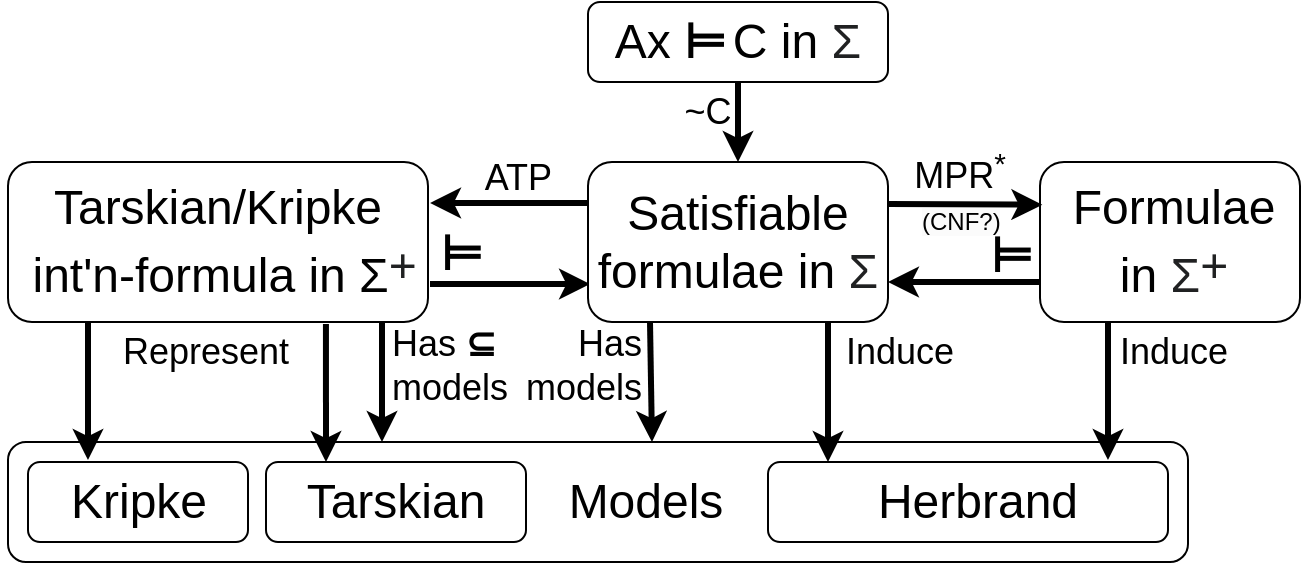
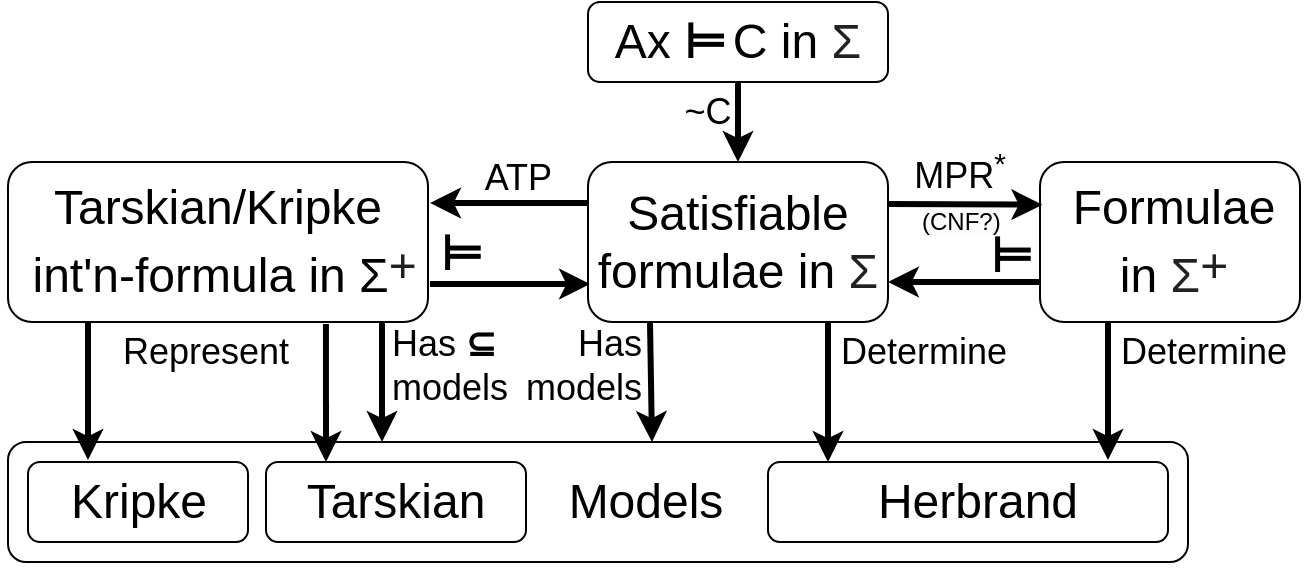
- <mxfile host="Electron" agent="Mozilla/5.0 (Macintosh; Intel Mac OS X 10_15_7) AppleWebKit/537.36 (KHTML, like Gecko) draw.io/24.7.5 Chrome/126.0.6478.183 Electron/31.3.0 Safari/537.36" version="24.7.5">
+ <mxfile host="Electron" agent="Mozilla/5.0 (Macintosh; Intel Mac OS X 10_15_7) AppleWebKit/537.36 (KHTML, like Gecko) draw.io/24.7.5 Chrome/126.0.6478.183 Electron/31.3.0 Safari/537.36">
  <diagram name="Page-1" id="fI80HuzD31ggSRjICT8T">
-     <mxGraphModel dx="1114" dy="854" grid="1" gridSize="10" guides="1" tooltips="1" connect="0" arrows="0" fold="1" page="1" pageScale="1" pageWidth="1100" pageHeight="850" math="0" shadow="0">
+     <mxGraphModel dx="1085" dy="855" grid="1" gridSize="10" guides="1" tooltips="1" connect="0" arrows="0" fold="1" page="1" pageScale="1" pageWidth="1100" pageHeight="850" math="0" shadow="0">
      <root>
        <mxCell id="0" />
        <mxCell id="1" parent="0" />
-         <mxCell id="CB7PObpffi6PR3y4coE4-9" value="" style="endArrow=classic;html=1;rounded=0;strokeWidth=3;exitX=0.5;exitY=1;exitDx=0;exitDy=0;entryX=0.5;entryY=0;entryDx=0;entryDy=0;" parent="1" source="CB7PObpffi6PR3y4coE4-6" target="CB7PObpffi6PR3y4coE4-1" edge="1">
-           <mxGeometry width="50" height="50" relative="1" as="geometry">
+         <mxCell id="CB7PObpffi6PR3y4coE4-9" edge="1" parent="1" source="CB7PObpffi6PR3y4coE4-6" style="endArrow=classic;html=1;rounded=0;strokeWidth=3;exitX=0.5;exitY=1;exitDx=0;exitDy=0;entryX=0.5;entryY=0;entryDx=0;entryDy=0;" target="CB7PObpffi6PR3y4coE4-1" value="">
+           <mxGeometry height="50" relative="1" width="50" as="geometry">
            <mxPoint x="560" y="460" as="sourcePoint" />
            <mxPoint x="560" y="260" as="targetPoint" />
          </mxGeometry>
        </mxCell>
-         <mxCell id="CB7PObpffi6PR3y4coE4-10" value="&lt;font style=&quot;font-size: 18px;&quot;&gt;~C&lt;/font&gt;" style="text;strokeColor=none;align=center;fillColor=none;html=1;verticalAlign=middle;whiteSpace=wrap;rounded=0;" parent="1" vertex="1">
-           <mxGeometry x="500" y="200" width="60" height="30" as="geometry" />
+         <mxCell id="CB7PObpffi6PR3y4coE4-10" parent="1" style="text;strokeColor=none;align=center;fillColor=none;html=1;verticalAlign=middle;whiteSpace=wrap;rounded=0;" value="&lt;font style=&quot;font-size: 18px;&quot;&gt;~C&lt;/font&gt;" vertex="1">
+           <mxGeometry height="30" width="60" x="500" y="200" as="geometry" />
        </mxCell>
-         <mxCell id="CB7PObpffi6PR3y4coE4-18" value="" style="rounded=1;whiteSpace=wrap;html=1;" parent="1" vertex="1">
-           <mxGeometry x="180" y="380" width="590" height="60" as="geometry" />
+         <mxCell id="CB7PObpffi6PR3y4coE4-18" parent="1" style="rounded=1;whiteSpace=wrap;html=1;" value="" vertex="1">
+           <mxGeometry height="60" width="590" x="180" y="380" as="geometry" />
        </mxCell>
-         <mxCell id="CB7PObpffi6PR3y4coE4-20" value="" style="rounded=1;whiteSpace=wrap;html=1;" parent="1" vertex="1">
-           <mxGeometry x="560" y="390" width="200" height="40" as="geometry" />
+         <mxCell id="CB7PObpffi6PR3y4coE4-20" parent="1" style="rounded=1;whiteSpace=wrap;html=1;" value="" vertex="1">
+           <mxGeometry height="40" width="200" x="560" y="390" as="geometry" />
        </mxCell>
-         <mxCell id="CB7PObpffi6PR3y4coE4-29" value="&lt;font style=&quot;font-size: 18px;&quot;&gt;ATP&lt;/font&gt;" style="text;strokeColor=none;align=right;fillColor=none;html=1;verticalAlign=middle;whiteSpace=wrap;rounded=0;" parent="1" vertex="1">
-           <mxGeometry x="394" y="233" width="60" height="30" as="geometry" />
+         <mxCell id="CB7PObpffi6PR3y4coE4-29" parent="1" style="text;strokeColor=none;align=right;fillColor=none;html=1;verticalAlign=middle;whiteSpace=wrap;rounded=0;" value="&lt;font style=&quot;font-size: 18px;&quot;&gt;ATP&lt;/font&gt;" vertex="1">
+           <mxGeometry height="30" width="60" x="394" y="233" as="geometry" />
        </mxCell>
-         <mxCell id="CB7PObpffi6PR3y4coE4-31" value="" style="endArrow=classic;html=1;rounded=0;strokeWidth=3;entryX=0.167;entryY=-0.083;entryDx=0;entryDy=0;entryPerimeter=0;exitX=0.833;exitY=-0.083;exitDx=0;exitDy=0;exitPerimeter=0;" parent="1" edge="1">
-           <mxGeometry width="50" height="50" relative="1" as="geometry">
+         <mxCell id="CB7PObpffi6PR3y4coE4-31" edge="1" parent="1" style="endArrow=classic;html=1;rounded=0;strokeWidth=3;entryX=0.167;entryY=-0.083;entryDx=0;entryDy=0;entryPerimeter=0;exitX=0.833;exitY=-0.083;exitDx=0;exitDy=0;exitPerimeter=0;" value="">
+           <mxGeometry height="50" relative="1" width="50" as="geometry">
            <mxPoint x="470.96000000000004" y="260.5100000000001" as="sourcePoint" />
            <mxPoint x="391.03999999999996" y="260.5100000000001" as="targetPoint" />
          </mxGeometry>
        </mxCell>
-         <mxCell id="CB7PObpffi6PR3y4coE4-32" value="" style="endArrow=classic;html=1;rounded=0;strokeWidth=3;exitX=0.757;exitY=1.013;exitDx=0;exitDy=0;exitPerimeter=0;" parent="1" source="CB7PObpffi6PR3y4coE4-25" edge="1">
-           <mxGeometry width="50" height="50" relative="1" as="geometry">
+         <mxCell id="CB7PObpffi6PR3y4coE4-32" edge="1" parent="1" source="CB7PObpffi6PR3y4coE4-25" style="endArrow=classic;html=1;rounded=0;strokeWidth=3;exitX=0.757;exitY=1.013;exitDx=0;exitDy=0;exitPerimeter=0;" value="">
+           <mxGeometry height="50" relative="1" width="50" as="geometry">
            <mxPoint x="340" y="170" as="sourcePoint" />
            <mxPoint x="339" y="390" as="targetPoint" />
          </mxGeometry>
        </mxCell>
-         <mxCell id="CB7PObpffi6PR3y4coE4-33" value="&lt;font style=&quot;font-size: 18px;&quot;&gt;Represent&lt;/font&gt;" style="text;strokeColor=none;align=center;fillColor=none;html=1;verticalAlign=middle;whiteSpace=wrap;rounded=0;" parent="1" vertex="1">
-           <mxGeometry x="249" y="320" width="60" height="30" as="geometry" />
+         <mxCell id="CB7PObpffi6PR3y4coE4-33" parent="1" style="text;strokeColor=none;align=center;fillColor=none;html=1;verticalAlign=middle;whiteSpace=wrap;rounded=0;" value="&lt;font style=&quot;font-size: 18px;&quot;&gt;Represent&lt;/font&gt;" vertex="1">
+           <mxGeometry height="30" width="60" x="249" y="320" as="geometry" />
        </mxCell>
-         <mxCell id="CB7PObpffi6PR3y4coE4-42" value="&lt;font style=&quot;font-size: 24px;&quot;&gt;Herbrand&lt;/font&gt;" style="text;strokeColor=none;align=center;fillColor=none;html=1;verticalAlign=middle;whiteSpace=wrap;rounded=0;" parent="1" vertex="1">
-           <mxGeometry x="635" y="395" width="60" height="30" as="geometry" />
+         <mxCell id="CB7PObpffi6PR3y4coE4-42" parent="1" style="text;strokeColor=none;align=center;fillColor=none;html=1;verticalAlign=middle;whiteSpace=wrap;rounded=0;" value="&lt;font style=&quot;font-size: 24px;&quot;&gt;Herbrand&lt;/font&gt;" vertex="1">
+           <mxGeometry height="30" width="60" x="635" y="395" as="geometry" />
        </mxCell>
-         <mxCell id="CB7PObpffi6PR3y4coE4-46" value="" style="endArrow=classic;html=1;rounded=0;strokeWidth=3;entryX=0.81;entryY=-0.025;entryDx=0;entryDy=0;entryPerimeter=0;" parent="1" edge="1">
-           <mxGeometry width="50" height="50" relative="1" as="geometry">
+         <mxCell id="CB7PObpffi6PR3y4coE4-46" edge="1" parent="1" style="endArrow=classic;html=1;rounded=0;strokeWidth=3;entryX=0.81;entryY=-0.025;entryDx=0;entryDy=0;entryPerimeter=0;" value="">
+           <mxGeometry height="50" relative="1" width="50" as="geometry">
            <mxPoint x="730" y="320" as="sourcePoint" />
            <mxPoint x="730" y="389" as="targetPoint" />
          </mxGeometry>
        </mxCell>
-         <mxCell id="CB7PObpffi6PR3y4coE4-47" value="&lt;font style=&quot;font-size: 18px;&quot;&gt;MPR&lt;sup&gt;*&lt;/sup&gt;&lt;/font&gt;" style="text;strokeColor=none;align=center;fillColor=none;html=1;verticalAlign=middle;whiteSpace=wrap;rounded=0;" parent="1" vertex="1">
-           <mxGeometry x="621" y="230" width="70" height="30" as="geometry" />
+         <mxCell id="CB7PObpffi6PR3y4coE4-47" parent="1" style="text;strokeColor=none;align=center;fillColor=none;html=1;verticalAlign=middle;whiteSpace=wrap;rounded=0;" value="&lt;font style=&quot;font-size: 18px;&quot;&gt;MPR&lt;sup&gt;*&lt;/sup&gt;&lt;/font&gt;" vertex="1">
+           <mxGeometry height="30" width="70" x="621" y="230" as="geometry" />
        </mxCell>
-         <mxCell id="CB7PObpffi6PR3y4coE4-70" value="&lt;font style=&quot;font-size: 24px;&quot;&gt;Models&lt;br&gt;&lt;/font&gt;" style="text;strokeColor=none;align=center;fillColor=none;html=1;verticalAlign=middle;whiteSpace=wrap;rounded=0;" parent="1" vertex="1">
-           <mxGeometry x="469" y="395" width="60" height="30" as="geometry" />
+         <mxCell id="CB7PObpffi6PR3y4coE4-70" parent="1" style="text;strokeColor=none;align=center;fillColor=none;html=1;verticalAlign=middle;whiteSpace=wrap;rounded=0;" value="&lt;font style=&quot;font-size: 24px;&quot;&gt;Models&lt;br&gt;&lt;/font&gt;" vertex="1">
+           <mxGeometry height="30" width="60" x="469" y="395" as="geometry" />
        </mxCell>
-         <mxCell id="CB7PObpffi6PR3y4coE4-72" value="" style="endArrow=classic;html=1;rounded=0;strokeWidth=3;" parent="1" edge="1">
-           <mxGeometry width="50" height="50" relative="1" as="geometry">
+         <mxCell id="CB7PObpffi6PR3y4coE4-72" edge="1" parent="1" style="endArrow=classic;html=1;rounded=0;strokeWidth=3;" value="">
+           <mxGeometry height="50" relative="1" width="50" as="geometry">
            <mxPoint x="590" y="320" as="sourcePoint" />
            <mxPoint x="590" y="390" as="targetPoint" />
          </mxGeometry>
        </mxCell>
-         <mxCell id="CB7PObpffi6PR3y4coE4-73" value="&lt;font style=&quot;font-size: 18px;&quot;&gt;Induce&lt;br&gt;&lt;/font&gt;" style="text;strokeColor=none;align=center;fillColor=none;html=1;verticalAlign=middle;whiteSpace=wrap;rounded=0;" parent="1" vertex="1">
-           <mxGeometry x="596" y="320" width="60" height="30" as="geometry" />
+         <mxCell id="CB7PObpffi6PR3y4coE4-73" parent="1" style="text;strokeColor=none;align=center;fillColor=none;html=1;verticalAlign=middle;whiteSpace=wrap;rounded=0;" value="&lt;font style=&quot;font-size: 18px;&quot;&gt;Determine&lt;br&gt;&lt;/font&gt;" vertex="1">
+           <mxGeometry height="30" width="60" x="608" y="320" as="geometry" />
        </mxCell>
-         <mxCell id="CB7PObpffi6PR3y4coE4-75" value="" style="endArrow=classic;html=1;rounded=0;strokeWidth=3;" parent="1" edge="1">
-           <mxGeometry width="50" height="50" relative="1" as="geometry">
+         <mxCell id="CB7PObpffi6PR3y4coE4-75" edge="1" parent="1" style="endArrow=classic;html=1;rounded=0;strokeWidth=3;" value="">
+           <mxGeometry height="50" relative="1" width="50" as="geometry">
            <mxPoint x="501" y="320" as="sourcePoint" />
            <mxPoint x="502" y="380" as="targetPoint" />
          </mxGeometry>
        </mxCell>
-         <mxCell id="CB7PObpffi6PR3y4coE4-76" value="&lt;font style=&quot;font-size: 18px;&quot;&gt;Has&lt;br&gt;&lt;div style=&quot;&quot;&gt;&lt;span style=&quot;background-color: initial;&quot;&gt;models&lt;/span&gt;&lt;/div&gt;&lt;/font&gt;" style="text;strokeColor=none;align=right;fillColor=none;html=1;verticalAlign=middle;whiteSpace=wrap;rounded=0;" parent="1" vertex="1">
-           <mxGeometry x="439" y="327" width="60" height="30" as="geometry" />
+         <mxCell id="CB7PObpffi6PR3y4coE4-76" parent="1" style="text;strokeColor=none;align=right;fillColor=none;html=1;verticalAlign=middle;whiteSpace=wrap;rounded=0;" value="&lt;font style=&quot;font-size: 18px;&quot;&gt;Has&lt;br&gt;&lt;div style=&quot;&quot;&gt;&lt;span style=&quot;background-color: initial;&quot;&gt;models&lt;/span&gt;&lt;/div&gt;&lt;/font&gt;" vertex="1">
+           <mxGeometry height="30" width="60" x="439" y="327" as="geometry" />
        </mxCell>
-         <mxCell id="CB7PObpffi6PR3y4coE4-84" value="" style="endArrow=classic;html=1;rounded=0;strokeWidth=3;exitX=0;exitY=0.5;exitDx=0;exitDy=0;" parent="1" edge="1">
-           <mxGeometry width="50" height="50" relative="1" as="geometry">
+         <mxCell id="CB7PObpffi6PR3y4coE4-84" edge="1" parent="1" style="endArrow=classic;html=1;rounded=0;strokeWidth=3;exitX=0;exitY=0.5;exitDx=0;exitDy=0;" value="">
+           <mxGeometry height="50" relative="1" width="50" as="geometry">
            <mxPoint x="724" y="300" as="sourcePoint" />
            <mxPoint x="620" y="300" as="targetPoint" />
          </mxGeometry>
        </mxCell>
-         <mxCell id="CB7PObpffi6PR3y4coE4-86" value="" style="endArrow=classic;html=1;rounded=0;strokeWidth=3;entryX=0;entryY=0.25;entryDx=0;entryDy=0;" parent="1" edge="1">
-           <mxGeometry width="50" height="50" relative="1" as="geometry">
+         <mxCell id="CB7PObpffi6PR3y4coE4-86" edge="1" parent="1" style="endArrow=classic;html=1;rounded=0;strokeWidth=3;entryX=0;entryY=0.25;entryDx=0;entryDy=0;" value="">
+           <mxGeometry height="50" relative="1" width="50" as="geometry">
            <mxPoint x="391" y="301" as="sourcePoint" />
            <mxPoint x="471" y="301" as="targetPoint" />
          </mxGeometry>
        </mxCell>
-         <mxCell id="CB7PObpffi6PR3y4coE4-87" value="&lt;font style=&quot;&quot;&gt;&lt;b style=&quot;&quot;&gt;&lt;font style=&quot;font-size: 24px;&quot;&gt;⊨&lt;/font&gt;&lt;/b&gt;&lt;/font&gt;" style="text;strokeColor=none;align=center;fillColor=none;html=1;verticalAlign=middle;whiteSpace=wrap;rounded=0;" parent="1" vertex="1">
-           <mxGeometry x="385" y="276" width="44" height="20" as="geometry" />
+         <mxCell id="CB7PObpffi6PR3y4coE4-87" parent="1" style="text;strokeColor=none;align=center;fillColor=none;html=1;verticalAlign=middle;whiteSpace=wrap;rounded=0;" value="&lt;font style=&quot;&quot;&gt;&lt;b style=&quot;&quot;&gt;&lt;font style=&quot;font-size: 24px;&quot;&gt;⊨&lt;/font&gt;&lt;/b&gt;&lt;/font&gt;" vertex="1">
+           <mxGeometry height="20" width="44" x="385" y="276" as="geometry" />
        </mxCell>
-         <mxCell id="CB7PObpffi6PR3y4coE4-88" value="&lt;font style=&quot;&quot;&gt;&lt;b style=&quot;&quot;&gt;&lt;font style=&quot;font-size: 24px;&quot;&gt;⊨&lt;/font&gt;&lt;/b&gt;&lt;/font&gt;" style="text;strokeColor=none;align=center;fillColor=none;html=1;verticalAlign=middle;whiteSpace=wrap;rounded=0;" parent="1" vertex="1">
-           <mxGeometry x="660" y="277" width="44" height="20" as="geometry" />
+         <mxCell id="CB7PObpffi6PR3y4coE4-88" parent="1" style="text;strokeColor=none;align=center;fillColor=none;html=1;verticalAlign=middle;whiteSpace=wrap;rounded=0;" value="&lt;font style=&quot;&quot;&gt;&lt;b style=&quot;&quot;&gt;&lt;font style=&quot;font-size: 24px;&quot;&gt;⊨&lt;/font&gt;&lt;/b&gt;&lt;/font&gt;" vertex="1">
+           <mxGeometry height="20" width="44" x="660" y="277" as="geometry" />
        </mxCell>
-         <mxCell id="CB7PObpffi6PR3y4coE4-89" value="" style="endArrow=classic;html=1;rounded=0;strokeWidth=3;" parent="1" edge="1">
-           <mxGeometry width="50" height="50" relative="1" as="geometry">
+         <mxCell id="CB7PObpffi6PR3y4coE4-89" edge="1" parent="1" style="endArrow=classic;html=1;rounded=0;strokeWidth=3;" value="">
+           <mxGeometry height="50" relative="1" width="50" as="geometry">
            <mxPoint x="367" y="320" as="sourcePoint" />
            <mxPoint x="367" y="380" as="targetPoint" />
          </mxGeometry>
        </mxCell>
-         <mxCell id="K1FIQQKk6-DNr-Ojra8Q-1" value="&lt;font style=&quot;font-size: 18px;&quot;&gt;Has&amp;nbsp;&lt;b&gt;⊆&lt;/b&gt;&lt;br&gt;&lt;div style=&quot;&quot;&gt;&lt;span style=&quot;background-color: initial;&quot;&gt;models&lt;/span&gt;&lt;/div&gt;&lt;/font&gt;" style="text;strokeColor=none;align=left;fillColor=none;html=1;verticalAlign=middle;whiteSpace=wrap;rounded=0;" parent="1" vertex="1">
-           <mxGeometry x="370" y="327" width="60" height="30" as="geometry" />
+         <mxCell id="K1FIQQKk6-DNr-Ojra8Q-1" parent="1" style="text;strokeColor=none;align=left;fillColor=none;html=1;verticalAlign=middle;whiteSpace=wrap;rounded=0;" value="&lt;font style=&quot;font-size: 18px;&quot;&gt;Has&amp;nbsp;&lt;b&gt;⊆&lt;/b&gt;&lt;br&gt;&lt;div style=&quot;&quot;&gt;&lt;span style=&quot;background-color: initial;&quot;&gt;models&lt;/span&gt;&lt;/div&gt;&lt;/font&gt;" vertex="1">
+           <mxGeometry height="30" width="60" x="370" y="327" as="geometry" />
        </mxCell>
-         <mxCell id="rJ3Lz98On3bpGiuCmN-c-1" style="edgeStyle=orthogonalEdgeStyle;rounded=0;orthogonalLoop=1;jettySize=auto;html=1;exitX=0.5;exitY=1;exitDx=0;exitDy=0;" parent="1" source="CB7PObpffi6PR3y4coE4-18" target="CB7PObpffi6PR3y4coE4-18" edge="1">
+         <mxCell id="rJ3Lz98On3bpGiuCmN-c-1" edge="1" parent="1" source="CB7PObpffi6PR3y4coE4-18" style="edgeStyle=orthogonalEdgeStyle;rounded=0;orthogonalLoop=1;jettySize=auto;html=1;exitX=0.5;exitY=1;exitDx=0;exitDy=0;" target="CB7PObpffi6PR3y4coE4-18">
          <mxGeometry relative="1" as="geometry" />
        </mxCell>
-         <mxCell id="rJ3Lz98On3bpGiuCmN-c-8" style="edgeStyle=orthogonalEdgeStyle;rounded=0;orthogonalLoop=1;jettySize=auto;html=1;exitX=0.5;exitY=1;exitDx=0;exitDy=0;" parent="1" source="CB7PObpffi6PR3y4coE4-18" target="CB7PObpffi6PR3y4coE4-18" edge="1">
+         <mxCell id="rJ3Lz98On3bpGiuCmN-c-8" edge="1" parent="1" source="CB7PObpffi6PR3y4coE4-18" style="edgeStyle=orthogonalEdgeStyle;rounded=0;orthogonalLoop=1;jettySize=auto;html=1;exitX=0.5;exitY=1;exitDx=0;exitDy=0;" target="CB7PObpffi6PR3y4coE4-18">
          <mxGeometry relative="1" as="geometry" />
        </mxCell>
-         <mxCell id="rJ3Lz98On3bpGiuCmN-c-9" value="&lt;font style=&quot;font-size: 18px;&quot;&gt;Induce&lt;br&gt;&lt;/font&gt;" style="text;strokeColor=none;align=center;fillColor=none;html=1;verticalAlign=middle;whiteSpace=wrap;rounded=0;" parent="1" vertex="1">
-           <mxGeometry x="733" y="320" width="60" height="30" as="geometry" />
+         <mxCell id="rJ3Lz98On3bpGiuCmN-c-9" parent="1" style="text;strokeColor=none;align=center;fillColor=none;html=1;verticalAlign=middle;whiteSpace=wrap;rounded=0;" value="&lt;font style=&quot;font-size: 18px;&quot;&gt;Determine&lt;br&gt;&lt;/font&gt;" vertex="1">
+           <mxGeometry height="30" width="60" x="748" y="320" as="geometry" />
        </mxCell>
-         <mxCell id="CB7PObpffi6PR3y4coE4-11" value="" style="group" parent="1" vertex="1" connectable="0">
-           <mxGeometry x="470" y="240" width="150" height="80" as="geometry" />
+         <mxCell id="CB7PObpffi6PR3y4coE4-11" connectable="0" parent="1" style="group" value="" vertex="1">
+           <mxGeometry height="80" width="150" x="470" y="240" as="geometry" />
        </mxCell>
-         <mxCell id="CB7PObpffi6PR3y4coE4-1" value="" style="rounded=1;whiteSpace=wrap;html=1;" parent="CB7PObpffi6PR3y4coE4-11" vertex="1">
-           <mxGeometry width="150" height="80" as="geometry" />
+         <mxCell id="CB7PObpffi6PR3y4coE4-1" parent="CB7PObpffi6PR3y4coE4-11" style="rounded=1;whiteSpace=wrap;html=1;" value="" vertex="1">
+           <mxGeometry height="80" width="150" as="geometry" />
        </mxCell>
-         <mxCell id="CB7PObpffi6PR3y4coE4-2" value="&lt;font style=&quot;font-size: 24px;&quot;&gt;&lt;font style=&quot;font-size: 24px;&quot;&gt;Satisfiable&lt;br&gt;formulae&amp;nbsp;&lt;/font&gt;&lt;font style=&quot;border-color: var(--border-color); font-size: 24px;&quot;&gt;&lt;font style=&quot;font-size: 24px;&quot;&gt;in&lt;/font&gt;&amp;nbsp;&lt;/font&gt;&lt;span style=&quot;border-color: var(--border-color); color: rgb(32, 33, 34); font-family: sans-serif; text-align: start; background-color: rgb(255, 255, 255);&quot;&gt;&lt;font style=&quot;border-color: var(--border-color); font-size: 24px;&quot;&gt;Σ&lt;/font&gt;&lt;/span&gt;&lt;/font&gt;" style="text;strokeColor=none;align=center;fillColor=none;html=1;verticalAlign=middle;whiteSpace=wrap;rounded=0;" parent="CB7PObpffi6PR3y4coE4-11" vertex="1">
-           <mxGeometry x="42.857142857142854" y="25" width="64.28571428571428" height="30" as="geometry" />
+         <mxCell id="CB7PObpffi6PR3y4coE4-2" parent="CB7PObpffi6PR3y4coE4-11" style="text;strokeColor=none;align=center;fillColor=none;html=1;verticalAlign=middle;whiteSpace=wrap;rounded=0;" value="&lt;font style=&quot;font-size: 24px;&quot;&gt;&lt;font style=&quot;font-size: 24px;&quot;&gt;Satisfiable&lt;br&gt;formulae&amp;nbsp;&lt;/font&gt;&lt;font style=&quot;border-color: var(--border-color); font-size: 24px;&quot;&gt;&lt;font style=&quot;font-size: 24px;&quot;&gt;in&lt;/font&gt;&amp;nbsp;&lt;/font&gt;&lt;span style=&quot;border-color: var(--border-color); color: rgb(32, 33, 34); font-family: sans-serif; text-align: start; background-color: rgb(255, 255, 255);&quot;&gt;&lt;font style=&quot;border-color: var(--border-color); font-size: 24px;&quot;&gt;Σ&lt;/font&gt;&lt;/span&gt;&lt;/font&gt;" vertex="1">
+           <mxGeometry height="30" width="64.28571428571428" x="42.857142857142854" y="25" as="geometry" />
        </mxCell>
-         <mxCell id="FWbX-QxOHT2yN5r2L-8L-2" value="" style="group" parent="1" vertex="1" connectable="0">
-           <mxGeometry x="470" y="160" width="150" height="40" as="geometry" />
+         <mxCell id="FWbX-QxOHT2yN5r2L-8L-2" connectable="0" parent="1" style="group" value="" vertex="1">
+           <mxGeometry height="40" width="150" x="470" y="160" as="geometry" />
        </mxCell>
-         <mxCell id="CB7PObpffi6PR3y4coE4-6" value="" style="rounded=1;whiteSpace=wrap;html=1;" parent="FWbX-QxOHT2yN5r2L-8L-2" vertex="1">
-           <mxGeometry width="150" height="40" as="geometry" />
+         <mxCell id="CB7PObpffi6PR3y4coE4-6" parent="FWbX-QxOHT2yN5r2L-8L-2" style="rounded=1;whiteSpace=wrap;html=1;" value="" vertex="1">
+           <mxGeometry height="40" width="150" as="geometry" />
        </mxCell>
-         <mxCell id="CB7PObpffi6PR3y4coE4-7" value="&lt;font style=&quot;&quot;&gt;&lt;span style=&quot;font-size: 24px;&quot;&gt;Ax&amp;nbsp;&lt;/span&gt;&lt;b style=&quot;&quot;&gt;&lt;font style=&quot;font-size: 24px;&quot;&gt;⊨&lt;/font&gt;&lt;/b&gt; &lt;span style=&quot;font-size: 24px;&quot;&gt;C in&amp;nbsp;&lt;/span&gt;&lt;/font&gt;&lt;span style=&quot;color: rgb(32, 33, 34); font-family: sans-serif; text-align: start; background-color: rgb(255, 255, 255);&quot;&gt;&lt;font style=&quot;font-size: 24px;&quot;&gt;Σ&lt;/font&gt;&lt;/span&gt;" style="text;strokeColor=none;align=center;fillColor=none;html=1;verticalAlign=middle;whiteSpace=wrap;rounded=0;" parent="FWbX-QxOHT2yN5r2L-8L-2" vertex="1">
-           <mxGeometry x="3" y="5" width="144" height="30" as="geometry" />
+         <mxCell id="CB7PObpffi6PR3y4coE4-7" parent="FWbX-QxOHT2yN5r2L-8L-2" style="text;strokeColor=none;align=center;fillColor=none;html=1;verticalAlign=middle;whiteSpace=wrap;rounded=0;" value="&lt;font style=&quot;&quot;&gt;&lt;span style=&quot;font-size: 24px;&quot;&gt;Ax&amp;nbsp;&lt;/span&gt;&lt;b style=&quot;&quot;&gt;&lt;font style=&quot;font-size: 24px;&quot;&gt;⊨&lt;/font&gt;&lt;/b&gt; &lt;span style=&quot;font-size: 24px;&quot;&gt;C in&amp;nbsp;&lt;/span&gt;&lt;/font&gt;&lt;span style=&quot;color: rgb(32, 33, 34); font-family: sans-serif; text-align: start; background-color: rgb(255, 255, 255);&quot;&gt;&lt;font style=&quot;font-size: 24px;&quot;&gt;Σ&lt;/font&gt;&lt;/span&gt;" vertex="1">
+           <mxGeometry height="30" width="144" x="3" y="5" as="geometry" />
        </mxCell>
-         <mxCell id="K1FIQQKk6-DNr-Ojra8Q-4" value="" style="rounded=1;whiteSpace=wrap;html=1;container=0;" parent="1" vertex="1">
-           <mxGeometry x="696" y="240" width="130" height="80" as="geometry" />
+         <mxCell id="K1FIQQKk6-DNr-Ojra8Q-4" parent="1" style="rounded=1;whiteSpace=wrap;html=1;container=0;" value="" vertex="1">
+           <mxGeometry height="80" width="130" x="696" y="240" as="geometry" />
        </mxCell>
-         <mxCell id="K1FIQQKk6-DNr-Ojra8Q-5" value="&lt;font style=&quot;&quot;&gt;&lt;font style=&quot;font-size: 24px;&quot;&gt;Formulae&lt;br&gt;&lt;/font&gt;&lt;font style=&quot;font-size: 24px; border-color: var(--border-color);&quot;&gt;&lt;font style=&quot;font-size: 24px;&quot;&gt;in&lt;/font&gt;&amp;nbsp;&lt;/font&gt;&lt;span style=&quot;border-color: var(--border-color); color: rgb(32, 33, 34); font-family: sans-serif; text-align: start; background-color: rgb(255, 255, 255);&quot;&gt;&lt;font style=&quot;border-color: var(--border-color);&quot;&gt;&lt;span style=&quot;font-size: 24px;&quot;&gt;Σ&lt;/span&gt;&lt;sup style=&quot;&quot;&gt;&lt;font style=&quot;font-size: 24px;&quot;&gt;+&lt;/font&gt;&lt;/sup&gt;&lt;/font&gt;&lt;/span&gt;&lt;/font&gt;" style="text;strokeColor=none;align=center;fillColor=none;html=1;verticalAlign=middle;whiteSpace=wrap;rounded=0;" parent="1" vertex="1">
-           <mxGeometry x="733" y="265" width="60" height="30" as="geometry" />
+         <mxCell id="K1FIQQKk6-DNr-Ojra8Q-5" parent="1" style="text;strokeColor=none;align=center;fillColor=none;html=1;verticalAlign=middle;whiteSpace=wrap;rounded=0;" value="&lt;font style=&quot;&quot;&gt;&lt;font style=&quot;font-size: 24px;&quot;&gt;Formulae&lt;br&gt;&lt;/font&gt;&lt;font style=&quot;font-size: 24px; border-color: var(--border-color);&quot;&gt;&lt;font style=&quot;font-size: 24px;&quot;&gt;in&lt;/font&gt;&amp;nbsp;&lt;/font&gt;&lt;span style=&quot;border-color: var(--border-color); color: rgb(32, 33, 34); font-family: sans-serif; text-align: start; background-color: rgb(255, 255, 255);&quot;&gt;&lt;font style=&quot;border-color: var(--border-color);&quot;&gt;&lt;span style=&quot;font-size: 24px;&quot;&gt;Σ&lt;/span&gt;&lt;sup style=&quot;&quot;&gt;&lt;font style=&quot;font-size: 24px;&quot;&gt;+&lt;/font&gt;&lt;/sup&gt;&lt;/font&gt;&lt;/span&gt;&lt;/font&gt;" vertex="1">
+           <mxGeometry height="30" width="60" x="733" y="265" as="geometry" />
        </mxCell>
-         <mxCell id="6dX01AlnoVZEZjXqfjMn-2" value="" style="endArrow=classic;html=1;rounded=0;strokeWidth=3;entryX=0.009;entryY=0.267;entryDx=0;entryDy=0;entryPerimeter=0;" parent="1" target="K1FIQQKk6-DNr-Ojra8Q-4" edge="1">
-           <mxGeometry width="50" height="50" relative="1" as="geometry">
+         <mxCell id="6dX01AlnoVZEZjXqfjMn-2" edge="1" parent="1" style="endArrow=classic;html=1;rounded=0;strokeWidth=3;entryX=0.009;entryY=0.267;entryDx=0;entryDy=0;entryPerimeter=0;" target="K1FIQQKk6-DNr-Ojra8Q-4" value="">
+           <mxGeometry height="50" relative="1" width="50" as="geometry">
            <mxPoint x="620" y="261" as="sourcePoint" />
            <mxPoint x="696" y="260" as="targetPoint" />
          </mxGeometry>
        </mxCell>
-         <mxCell id="6dX01AlnoVZEZjXqfjMn-1" value="&lt;span style=&quot;color: rgb(0, 0, 0); font-family: Helvetica; font-size: 12px; font-style: normal; font-variant-ligatures: normal; font-variant-caps: normal; font-weight: 400; letter-spacing: normal; orphans: 2; text-align: right; text-indent: 0px; text-transform: none; widows: 2; word-spacing: 0px; -webkit-text-stroke-width: 0px; background-color: rgb(251, 251, 251); text-decoration-thickness: initial; text-decoration-style: initial; text-decoration-color: initial; float: none; display: inline !important;&quot;&gt;(CNF?)&lt;/span&gt;" style="text;whiteSpace=wrap;html=1;" parent="1" vertex="1">
-           <mxGeometry x="635" y="256" width="45" height="20" as="geometry" />
+         <mxCell id="6dX01AlnoVZEZjXqfjMn-1" parent="1" style="text;whiteSpace=wrap;html=1;" value="&lt;span style=&quot;color: rgb(0, 0, 0); font-family: Helvetica; font-size: 12px; font-style: normal; font-variant-ligatures: normal; font-variant-caps: normal; font-weight: 400; letter-spacing: normal; orphans: 2; text-align: right; text-indent: 0px; text-transform: none; widows: 2; word-spacing: 0px; -webkit-text-stroke-width: 0px; background-color: rgb(251, 251, 251); text-decoration-thickness: initial; text-decoration-style: initial; text-decoration-color: initial; float: none; display: inline !important;&quot;&gt;(CNF?)&lt;/span&gt;" vertex="1">
+           <mxGeometry height="20" width="45" x="635" y="256" as="geometry" />
        </mxCell>
-         <mxCell id="CB7PObpffi6PR3y4coE4-25" value="" style="rounded=1;whiteSpace=wrap;html=1;container=0;" parent="1" vertex="1">
-           <mxGeometry x="180" y="240" width="210" height="80" as="geometry" />
+         <mxCell id="CB7PObpffi6PR3y4coE4-25" parent="1" style="rounded=1;whiteSpace=wrap;html=1;container=0;" value="" vertex="1">
+           <mxGeometry height="80" width="210" x="180" y="240" as="geometry" />
        </mxCell>
-         <mxCell id="CB7PObpffi6PR3y4coE4-26" value="&lt;font style=&quot;&quot;&gt;&lt;span style=&quot;font-size: 24px;&quot;&gt;Tarskian/Kripke&lt;br&gt;&amp;nbsp;int&#39;n-&lt;/span&gt;&lt;span style=&quot;font-size: 24px;&quot;&gt;formula in Σ&lt;/span&gt;&lt;sup style=&quot;border-color: var(--border-color); color: rgb(32, 33, 34); font-family: sans-serif; text-align: start; background-color: rgb(255, 255, 255);&quot;&gt;&lt;span style=&quot;font-size: 24px;&quot;&gt;+&lt;/span&gt;&lt;/sup&gt;&lt;/font&gt;" style="text;strokeColor=none;align=center;fillColor=none;html=1;verticalAlign=middle;whiteSpace=wrap;rounded=0;container=0;" parent="1" vertex="1">
-           <mxGeometry x="176.25" y="265" width="217.5" height="30" as="geometry" />
+         <mxCell id="CB7PObpffi6PR3y4coE4-26" parent="1" style="text;strokeColor=none;align=center;fillColor=none;html=1;verticalAlign=middle;whiteSpace=wrap;rounded=0;container=0;" value="&lt;font style=&quot;&quot;&gt;&lt;span style=&quot;font-size: 24px;&quot;&gt;Tarskian/Kripke&lt;br&gt;&amp;nbsp;int&#39;n-&lt;/span&gt;&lt;span style=&quot;font-size: 24px;&quot;&gt;formula in Σ&lt;/span&gt;&lt;sup style=&quot;border-color: var(--border-color); color: rgb(32, 33, 34); font-family: sans-serif; text-align: start; background-color: rgb(255, 255, 255);&quot;&gt;&lt;span style=&quot;font-size: 24px;&quot;&gt;+&lt;/span&gt;&lt;/sup&gt;&lt;/font&gt;" vertex="1">
+           <mxGeometry height="30" width="217.5" x="176.25" y="265" as="geometry" />
        </mxCell>
-         <mxCell id="AzzKZlh_LtR8jQQEeo1Z-3" value="" style="group" parent="1" vertex="1" connectable="0">
-           <mxGeometry x="309" y="390" width="130" height="40" as="geometry" />
+         <mxCell id="AzzKZlh_LtR8jQQEeo1Z-3" connectable="0" parent="1" style="group" value="" vertex="1">
+           <mxGeometry height="40" width="130" x="309" y="390" as="geometry" />
        </mxCell>
-         <mxCell id="CB7PObpffi6PR3y4coE4-61" value="" style="rounded=1;whiteSpace=wrap;html=1;" parent="AzzKZlh_LtR8jQQEeo1Z-3" vertex="1">
-           <mxGeometry width="130" height="40" as="geometry" />
+         <mxCell id="CB7PObpffi6PR3y4coE4-61" parent="AzzKZlh_LtR8jQQEeo1Z-3" style="rounded=1;whiteSpace=wrap;html=1;" value="" vertex="1">
+           <mxGeometry height="40" width="130" as="geometry" />
        </mxCell>
-         <mxCell id="CB7PObpffi6PR3y4coE4-21" value="&lt;font style=&quot;font-size: 24px;&quot;&gt;Tarskian&lt;/font&gt;" style="text;strokeColor=none;align=center;fillColor=none;html=1;verticalAlign=middle;whiteSpace=wrap;rounded=0;" parent="AzzKZlh_LtR8jQQEeo1Z-3" vertex="1">
-           <mxGeometry x="35" y="5" width="60" height="30" as="geometry" />
+         <mxCell id="CB7PObpffi6PR3y4coE4-21" parent="AzzKZlh_LtR8jQQEeo1Z-3" style="text;strokeColor=none;align=center;fillColor=none;html=1;verticalAlign=middle;whiteSpace=wrap;rounded=0;" value="&lt;font style=&quot;font-size: 24px;&quot;&gt;Tarskian&lt;/font&gt;" vertex="1">
+           <mxGeometry height="30" width="60" x="35" y="5" as="geometry" />
        </mxCell>
-         <mxCell id="AzzKZlh_LtR8jQQEeo1Z-4" value="" style="group" parent="1" vertex="1" connectable="0">
-           <mxGeometry x="190" y="390" width="110" height="40" as="geometry" />
+         <mxCell id="AzzKZlh_LtR8jQQEeo1Z-4" connectable="0" parent="1" style="group" value="" vertex="1">
+           <mxGeometry height="40" width="110" x="190" y="390" as="geometry" />
        </mxCell>
-         <mxCell id="AzzKZlh_LtR8jQQEeo1Z-1" value="" style="rounded=1;whiteSpace=wrap;html=1;" parent="AzzKZlh_LtR8jQQEeo1Z-4" vertex="1">
-           <mxGeometry width="110" height="40" as="geometry" />
+         <mxCell id="AzzKZlh_LtR8jQQEeo1Z-1" parent="AzzKZlh_LtR8jQQEeo1Z-4" style="rounded=1;whiteSpace=wrap;html=1;" value="" vertex="1">
+           <mxGeometry height="40" width="110" as="geometry" />
        </mxCell>
-         <mxCell id="AzzKZlh_LtR8jQQEeo1Z-2" value="&lt;font style=&quot;font-size: 24px;&quot;&gt;Kripke&lt;/font&gt;" style="text;strokeColor=none;align=center;fillColor=none;html=1;verticalAlign=middle;whiteSpace=wrap;rounded=0;" parent="AzzKZlh_LtR8jQQEeo1Z-4" vertex="1">
-           <mxGeometry x="29.615384615384617" y="5" width="50.76923076923077" height="30" as="geometry" />
+         <mxCell id="AzzKZlh_LtR8jQQEeo1Z-2" parent="AzzKZlh_LtR8jQQEeo1Z-4" style="text;strokeColor=none;align=center;fillColor=none;html=1;verticalAlign=middle;whiteSpace=wrap;rounded=0;" value="&lt;font style=&quot;font-size: 24px;&quot;&gt;Kripke&lt;/font&gt;" vertex="1">
+           <mxGeometry height="30" width="50.76923076923077" x="29.615384615384617" y="5" as="geometry" />
        </mxCell>
-         <mxCell id="AzzKZlh_LtR8jQQEeo1Z-5" value="" style="endArrow=classic;html=1;rounded=0;strokeWidth=3;exitX=0.757;exitY=1.013;exitDx=0;exitDy=0;exitPerimeter=0;" parent="1" edge="1">
-           <mxGeometry width="50" height="50" relative="1" as="geometry">
+         <mxCell id="AzzKZlh_LtR8jQQEeo1Z-5" edge="1" parent="1" style="endArrow=classic;html=1;rounded=0;strokeWidth=3;exitX=0.757;exitY=1.013;exitDx=0;exitDy=0;exitPerimeter=0;" value="">
+           <mxGeometry height="50" relative="1" width="50" as="geometry">
            <mxPoint x="220" y="320" as="sourcePoint" />
            <mxPoint x="220" y="389" as="targetPoint" />
          </mxGeometry>
        </mxCell>
      </root>
    </mxGraphModel>
  </diagram>
</mxfile>
